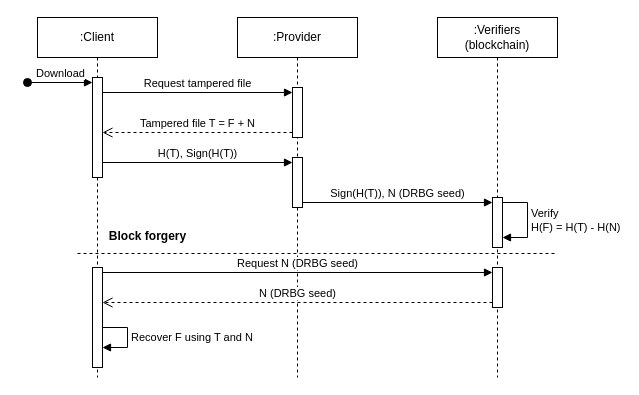
This is docs/diagrams/homhash-pdpr-seq.drawio from titosilva/drmchain-pos, a draw.io file, before an edit. Source tidied: cells renumbered, new cells numbered last; positions are measured from the earlier drawing's top-left corner, leaving out a move shared by most shapes. Both pictures are drawn from the tidied source at 100%, with x=0, y=0 at pixel (27, 17).
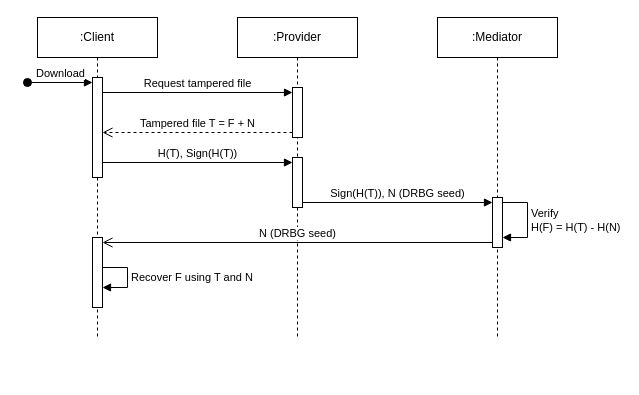
The same diagram, later.

Unchanged cells that the change refers to:
```xml
<mxCell id="8" style="html=1;points=[[0,0,0,0,5],[0,1,0,0,-5],[1,0,0,0,5],[1,1,0,0,-5]];perimeter=orthogonalPerimeter;outlineConnect=0;targetShapes=umlLifeline;portConstraint=eastwest;newEdgeStyle={&quot;curved&quot;:0,&quot;rounded&quot;:0};" parent="7" vertex="1">
  <mxGeometry x="55" y="180" width="10" height="50" as="geometry" />
</mxCell>
```

Diff of the diagram source:
```diff
@@
     <mxCell id="2" value=":Provider" style="shape=umlLifeline;perimeter=lifelinePerimeter;whiteSpace=wrap;html=1;newEdgeStyle={&quot;edgeStyle&quot;:&quot;elbowEdgeStyle&quot;,&quot;elbow&quot;:&quot;vertical&quot;,&quot;curved&quot;:0,&quot;rounded&quot;:0};" parent="1" vertex="1">
-      <mxGeometry x="210" width="120" height="360" as="geometry" />
+      <mxGeometry x="210" width="120" height="320" as="geometry" />
     </mxCell>
@@
     <mxCell id="5" value=":Client" style="shape=umlLifeline;perimeter=lifelinePerimeter;whiteSpace=wrap;html=1;newEdgeStyle={&quot;edgeStyle&quot;:&quot;elbowEdgeStyle&quot;,&quot;elbow&quot;:&quot;vertical&quot;,&quot;curved&quot;:0,&quot;rounded&quot;:0};" parent="1" vertex="1">
-      <mxGeometry x="10" width="120" height="360" as="geometry" />
+      <mxGeometry x="10" width="120" height="320" as="geometry" />
     </mxCell>
@@
+    <mxCell id="19" style="html=1;points=[[0,0,0,0,5],[0,1,0,0,-5],[1,0,0,0,5],[1,1,0,0,-5]];perimeter=orthogonalPerimeter;outlineConnect=0;targetShapes=umlLifeline;portConstraint=eastwest;newEdgeStyle={&quot;curved&quot;:0,&quot;rounded&quot;:0};" parent="5" vertex="1">
+      <mxGeometry x="55" y="220" width="10" height="70" as="geometry" />
+    </mxCell>
-    <mxCell id="7" value=":Verifiers&lt;br&gt;(blockchain)" style="shape=umlLifeline;perimeter=lifelinePerimeter;whiteSpace=wrap;html=1;newEdgeStyle={&quot;edgeStyle&quot;:&quot;elbowEdgeStyle&quot;,&quot;elbow&quot;:&quot;vertical&quot;,&quot;curved&quot;:0,&quot;rounded&quot;:0};" parent="1" vertex="1">
-      <mxGeometry x="410" width="120" height="360" as="geometry" />
+    <mxCell id="7" value=":Mediator" style="shape=umlLifeline;perimeter=lifelinePerimeter;whiteSpace=wrap;html=1;newEdgeStyle={&quot;edgeStyle&quot;:&quot;elbowEdgeStyle&quot;,&quot;elbow&quot;:&quot;vertical&quot;,&quot;curved&quot;:0,&quot;rounded&quot;:0};" parent="1" vertex="1">
+      <mxGeometry x="410" width="120" height="320" as="geometry" />
     </mxCell>
@@
-    <mxCell id="10" style="html=1;points=[[0,0,0,0,5],[0,1,0,0,-5],[1,0,0,0,5],[1,1,0,0,-5]];perimeter=orthogonalPerimeter;outlineConnect=0;targetShapes=umlLifeline;portConstraint=eastwest;newEdgeStyle={&quot;curved&quot;:0,&quot;rounded&quot;:0};" parent="7" vertex="1">
-      <mxGeometry x="55" y="250" width="10" height="40" as="geometry" />
-    </mxCell>
@@
-    <mxCell id="16" style="line;strokeWidth=1;fillColor=none;align=left;verticalAlign=middle;spacingTop=-1;spacingLeft=3;spacingRight=3;labelPosition=right;strokeColor=inherit;dashed=1;" parent="1" vertex="1">
-      <mxGeometry x="50" y="232" width="480" height="8" as="geometry" />
-    </mxCell>
-    <mxCell id="17" value="Block forgery" style="text;align=center;fontStyle=1;verticalAlign=middle;spacingLeft=3;spacingRight=3;strokeColor=none;html=1;" parent="1" vertex="1">
-      <mxGeometry x="80" y="206" width="80" height="26" as="geometry" />
-    </mxCell>
-    <mxCell id="18" value="Request N (DRBG seed)" style="html=1;verticalAlign=bottom;endArrow=block;curved=0;rounded=0;entryX=0;entryY=0;entryDx=0;entryDy=5;exitX=1;exitY=0;exitDx=0;exitDy=5;exitPerimeter=0;" parent="1" edge="1" source="19" target="10">
-      <mxGeometry relative="1" as="geometry" />
-    </mxCell>
-    <mxCell id="19" style="html=1;points=[[0,0,0,0,5],[0,1,0,0,-5],[1,0,0,0,5],[1,1,0,0,-5]];perimeter=orthogonalPerimeter;outlineConnect=0;targetShapes=umlLifeline;portConstraint=eastwest;newEdgeStyle={&quot;curved&quot;:0,&quot;rounded&quot;:0};" parent="1" vertex="1">
-      <mxGeometry x="65" y="250" width="10" height="100" as="geometry" />
-    </mxCell>
-    <mxCell id="20" value="N (DRBG seed)" style="html=1;verticalAlign=bottom;endArrow=open;dashed=1;endSize=8;curved=0;rounded=0;exitX=0;exitY=1;exitDx=0;exitDy=-5;" parent="1" edge="1" source="10" target="19">
+    <mxCell id="20" value="N (DRBG seed)" style="html=1;verticalAlign=bottom;endArrow=open;endSize=8;curved=0;rounded=0;exitX=0;exitY=1;exitDx=0;exitDy=-5;exitPerimeter=0;" parent="1" edge="1" source="8" target="19">
       <mxGeometry relative="1" as="geometry" />
     </mxCell>
     <mxCell id="21" value="Recover F using T and N" style="html=1;align=left;spacingLeft=2;endArrow=block;rounded=0;edgeStyle=orthogonalEdgeStyle;curved=0;rounded=0;" parent="1" edge="1">
       <mxGeometry relative="1" as="geometry">
-        <mxPoint x="75" y="310" as="sourcePoint" />
-        <mxPoint x="75" y="330" as="targetPoint" />
+        <mxPoint x="75" y="250" as="sourcePoint" />
+        <mxPoint x="75" y="270" as="targetPoint" />
         <Array as="points">
-          <mxPoint x="100" y="310" />
-          <mxPoint x="100" y="330" />
+          <mxPoint x="100" y="250" />
+          <mxPoint x="100" y="270" />
         </Array>
       </mxGeometry>
     </mxCell>
```
